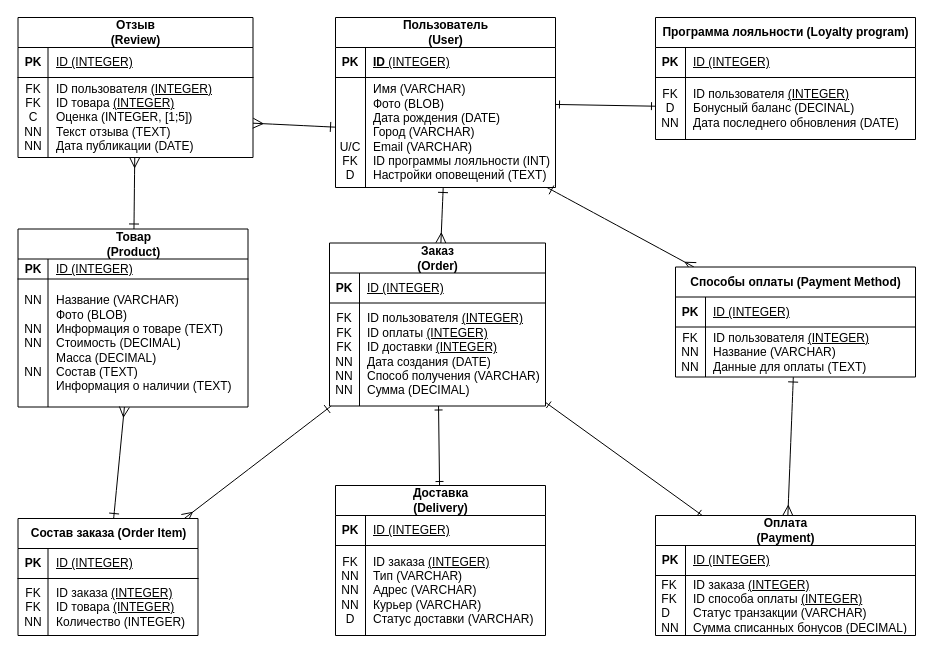
Before: LW1 (PDM).drawio in epolyanskiy/ITMO-DBD, a draw.io diagram. Source tidied: cells renumbered, new cells numbered last; positions are measured from the earlier drawing's top-left corner, leaving out a move shared by most shapes. Both pictures are drawn from the tidied source at 100%, with x=0, y=0 at pixel (17, 17).
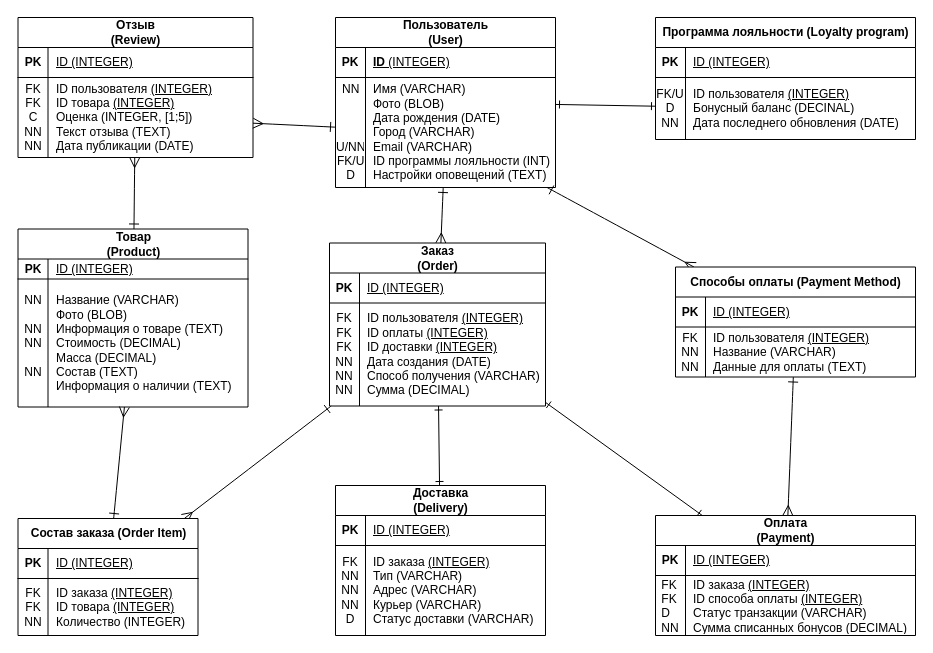
The same diagram, later.

Unchanged cells that the change refers to:
```xml
<mxCell id="16" style="shape=tableRow;horizontal=0;startSize=0;swimlaneHead=0;swimlaneBody=0;fillColor=none;points=[[0,0.5],[1,0.5]];portConstraint=eastwest;top=0;left=0;right=0;bottom=0;" parent="12" vertex="1">
  <mxGeometry y="60" width="220" height="110" as="geometry" />
</mxCell>
<mxCell id="23" style="shape=tableRow;horizontal=0;startSize=0;swimlaneHead=0;swimlaneBody=0;fillColor=none;points=[[0,0.5],[1,0.5]];portConstraint=eastwest;top=0;left=0;right=0;bottom=0;" parent="19" vertex="1">
  <mxGeometry y="60" width="260" height="62" as="geometry" />
</mxCell>
```

Change to the diagram source:
```diff
@@
-    <mxCell id="17" value="&lt;div&gt;&lt;br&gt;&lt;/div&gt;&lt;div&gt;&lt;br&gt;&lt;/div&gt;&lt;div&gt;&lt;br&gt;&lt;/div&gt;&lt;div&gt;&lt;br&gt;&lt;/div&gt;&lt;div&gt;U/C&lt;/div&gt;&lt;div&gt;FK&lt;/div&gt;&lt;div&gt;D&lt;/div&gt;" style="shape=partialRectangle;fillColor=none;top=0;left=0;bottom=0;right=0;overflow=hidden;whiteSpace=wrap;html=1;" parent="16" vertex="1">
+    <mxCell id="17" value="&lt;div&gt;NN&lt;/div&gt;&lt;div&gt;&lt;br&gt;&lt;/div&gt;&lt;div&gt;&lt;br&gt;&lt;/div&gt;&lt;div&gt;&lt;br&gt;&lt;/div&gt;&lt;div&gt;U/NN&lt;/div&gt;&lt;div&gt;FK/U&lt;/div&gt;&lt;div&gt;D&lt;/div&gt;" style="shape=partialRectangle;fillColor=none;top=0;left=0;bottom=0;right=0;overflow=hidden;whiteSpace=wrap;html=1;" parent="16" vertex="1">
       <mxGeometry width="30" height="110" as="geometry" />
     </mxCell>
@@
-    <mxCell id="24" value="FK&lt;div&gt;D&lt;/div&gt;&lt;div&gt;NN&lt;/div&gt;" style="shape=partialRectangle;fillColor=none;top=0;left=0;bottom=0;right=0;overflow=hidden;whiteSpace=wrap;html=1;" parent="23" vertex="1">
+    <mxCell id="24" value="FK/U&lt;div&gt;D&lt;/div&gt;&lt;div&gt;NN&lt;/div&gt;" style="shape=partialRectangle;fillColor=none;top=0;left=0;bottom=0;right=0;overflow=hidden;whiteSpace=wrap;html=1;" parent="23" vertex="1">
       <mxGeometry width="30" height="62" as="geometry" />
     </mxCell>
```
